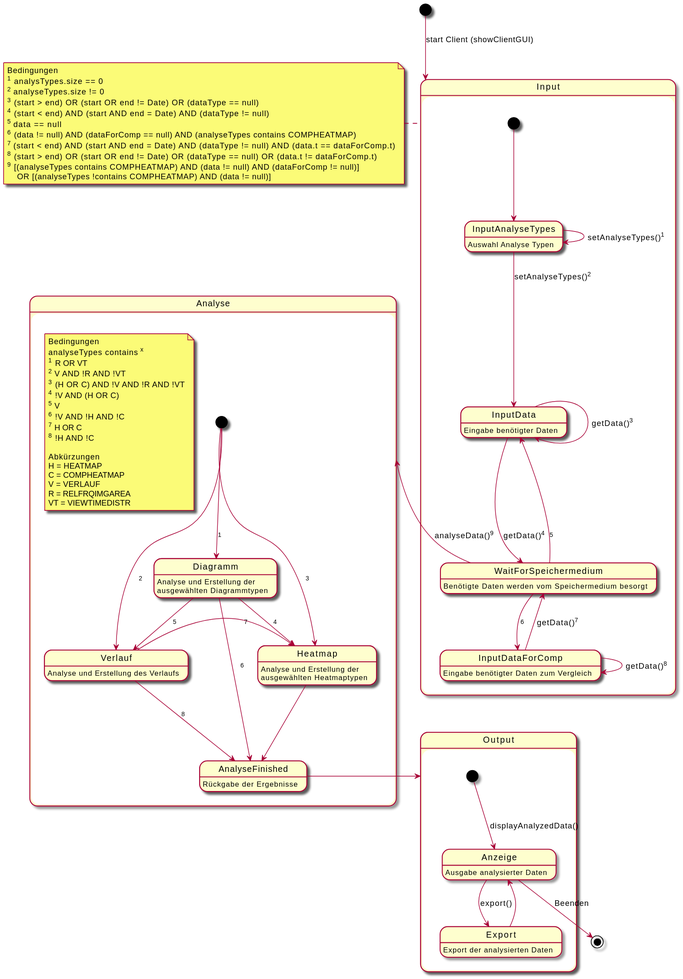
This is uml-state/analyseclient/zustand-analyseclient.svg from weichware-10/dokumente, a PlantUML export, as it was before one commit.
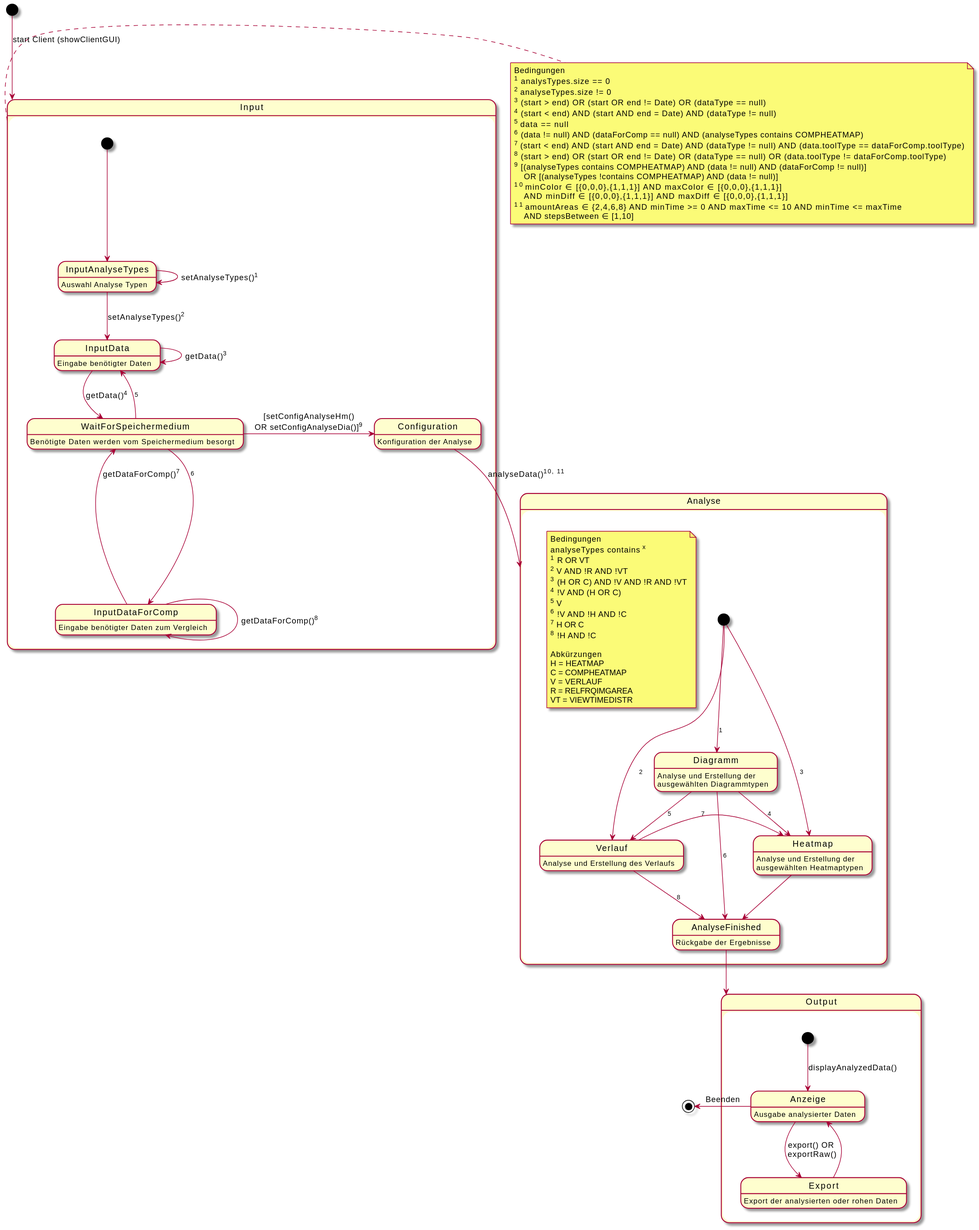
After the commit.

Diff of the diagram source:
```diff
@@ -1,5 +1,5 @@
 @startuml
-note left of i
+note right of i
     Bedingungen
     <sup>1</sup> analysTypes.size == 0
     <sup>2</sup> analyseTypes.size != 0
@@ -7,10 +7,14 @@
     <sup>4</sup> (start < end) AND (start AND end = Date) AND (dataType != null)
     <sup>5</sup> data == null
     <sup>6</sup> (data != null) AND (dataForComp == null) AND (analyseTypes contains COMPHEATMAP)
-    <sup>7</sup> (start < end) AND (start AND end = Date) AND (dataType != null) AND (data.t == dataForComp.t)
-    <sup>8</sup> (start > end) OR (start OR end != Date) OR (dataType == null) OR (data.t != dataForComp.t)
+    <sup>7</sup> (start < end) AND (start AND end = Date) AND (dataType != null) AND (data.toolType == dataForComp.toolType)
+    <sup>8</sup> (start > end) OR (start OR end != Date) OR (dataType == null) OR (data.toolType != dataForComp.toolType)
     <sup>9</sup> [(analyseTypes contains COMPHEATMAP) AND (data != null) AND (dataForComp != null)]
         OR [(analyseTypes !contains COMPHEATMAP) AND (data != null)]
+    <sup>10</sup> minColor ∈ [{0,0,0},{1,1,1}] AND maxColor ∈ [{0,0,0},{1,1,1}]
+        AND minDiff ∈ [{0,0,0},{1,1,1}] AND maxDiff ∈ [{0,0,0},{1,1,1}]
+    <sup>11</sup> amountAreas ∈ {2,4,6,8} AND minTime >= 0 AND maxTime <= 10 AND minTime <= maxTime
+        AND stepsBetween ∈ [1,10]
 end note
 
 state "Input" as i {
@@ -18,6 +22,7 @@
     state "InputData" as id: Eingabe benötigter Daten
     state "WaitForSpeichermedium" as wfs: Benötigte Daten werden vom Speichermedium besorgt
     state "InputDataForComp" as idfc: Eingabe benötigter Daten zum Vergleich
+    state "Configuration" as conf: Konfiguration der Analyse
 
     [*] -d-> iat
     iat -d-> id: setAnalyseTypes()<sup>2</sup>
@@ -26,9 +31,10 @@
     id -> id: getData()<sup>3</sup>
     wfs -u-> id: <sup>5</sup>
     wfs -d-> idfc: <sup>6</sup>
-    idfc -u-> wfs: getData()<sup>7</sup>
-    idfc -> idfc: getData()<sup>8</sup>
-    wfs -u-> a: analyseData()<sup>9</sup>
+    idfc -u-> wfs: getDataForComp()<sup>7</sup>
+    idfc -> idfc: getDataForComp()<sup>8</sup>
+    wfs -l-> conf: [setConfigAnalyseHm()\nOR setConfigAnalyseDia()]<sup>9</sup>
+    conf --> a: analyseData()<sup>10, 11</sup>
 }
 
 state "Analyse" as a {
@@ -46,20 +52,20 @@
     d -d-> af: <sup>6</sup>
     v -d-> af: <sup>8</sup>
     h -d-> af
-    af -r-> o
+    af --> o
 
     note "Bedingungen\nanalyseTypes contains <sup>x</sup>\n<sup>1</sup> R OR VT\n<sup>2</sup> V AND !R AND !VT\n<sup>3</sup> (H OR C) AND !V AND !R AND !VT\n<sup>4</sup> !V AND (H OR C)\n<sup>5</sup> V\n<sup>6</sup> !V AND !H AND !C\n<sup>7</sup> H OR C\n<sup>8</sup> !H AND !C\n\nAbkürzungen\nH = HEATMAP\nC = COMPHEATMAP\nV = VERLAUF\nR = RELFRQIMGAREA\nVT = VIEWTIMEDISTR" as note2
 }
 
 state "Output" as o {
     state "Anzeige" as an: Ausgabe analysierter Daten
-    state "Export" as e: Export der analysierten Daten
+    state "Export" as e: Export der analysierten oder rohen Daten
 
     [*] -d-> an: displayAnalyzedData()
-    an -> e: export()
+    an -> e: export() OR \nexportRaw()
     e -u-> an
 }
 
 [*] -d-> i: start Client (showClientGUI)
-an -d-> [*]: Beenden
+an -l-> [*]: Beenden
 @enduml
```
